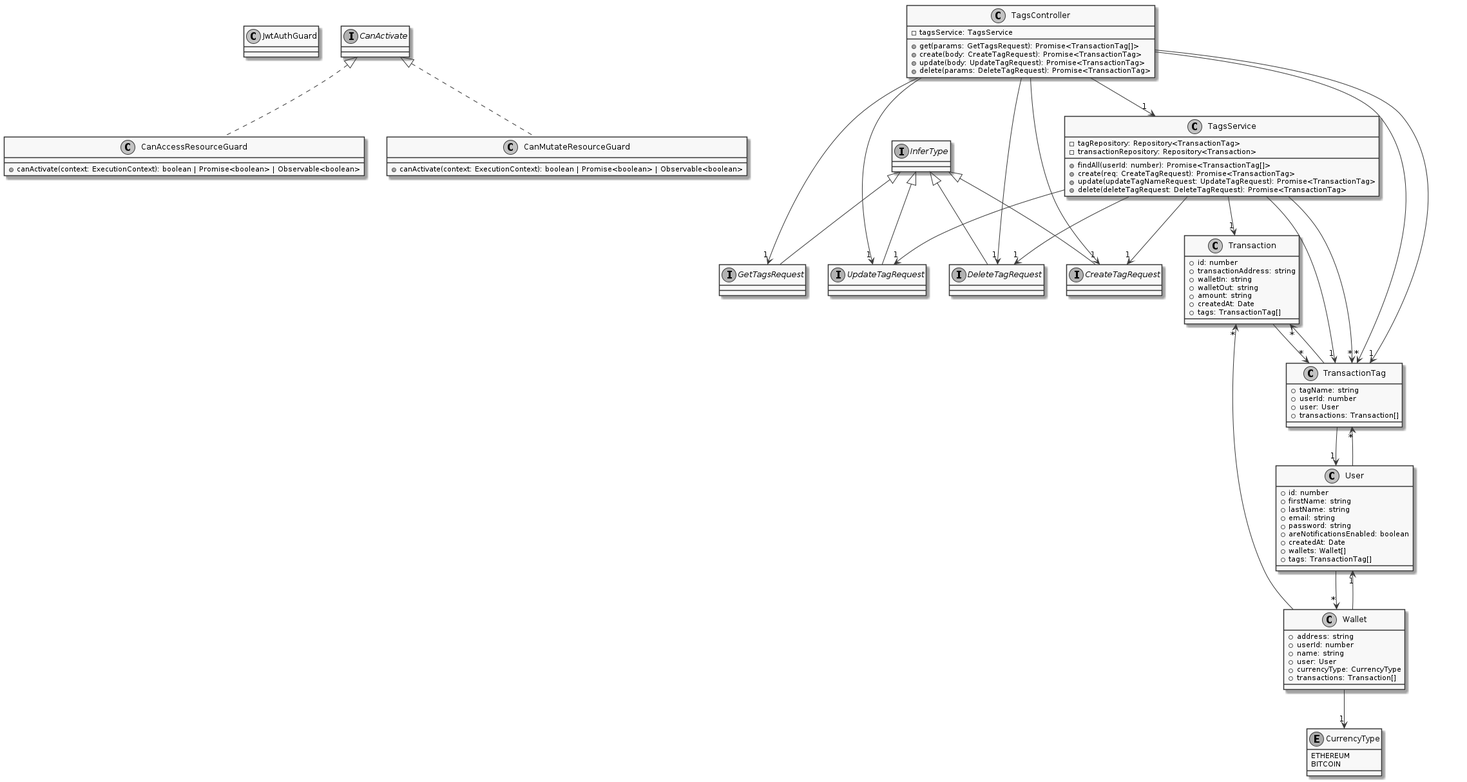
Before: packages/docs/diagrams/generated/class_diagram_api_tags.png, a diagram exported from PlantUML (SOEN-490-Capstone/Cryptify).
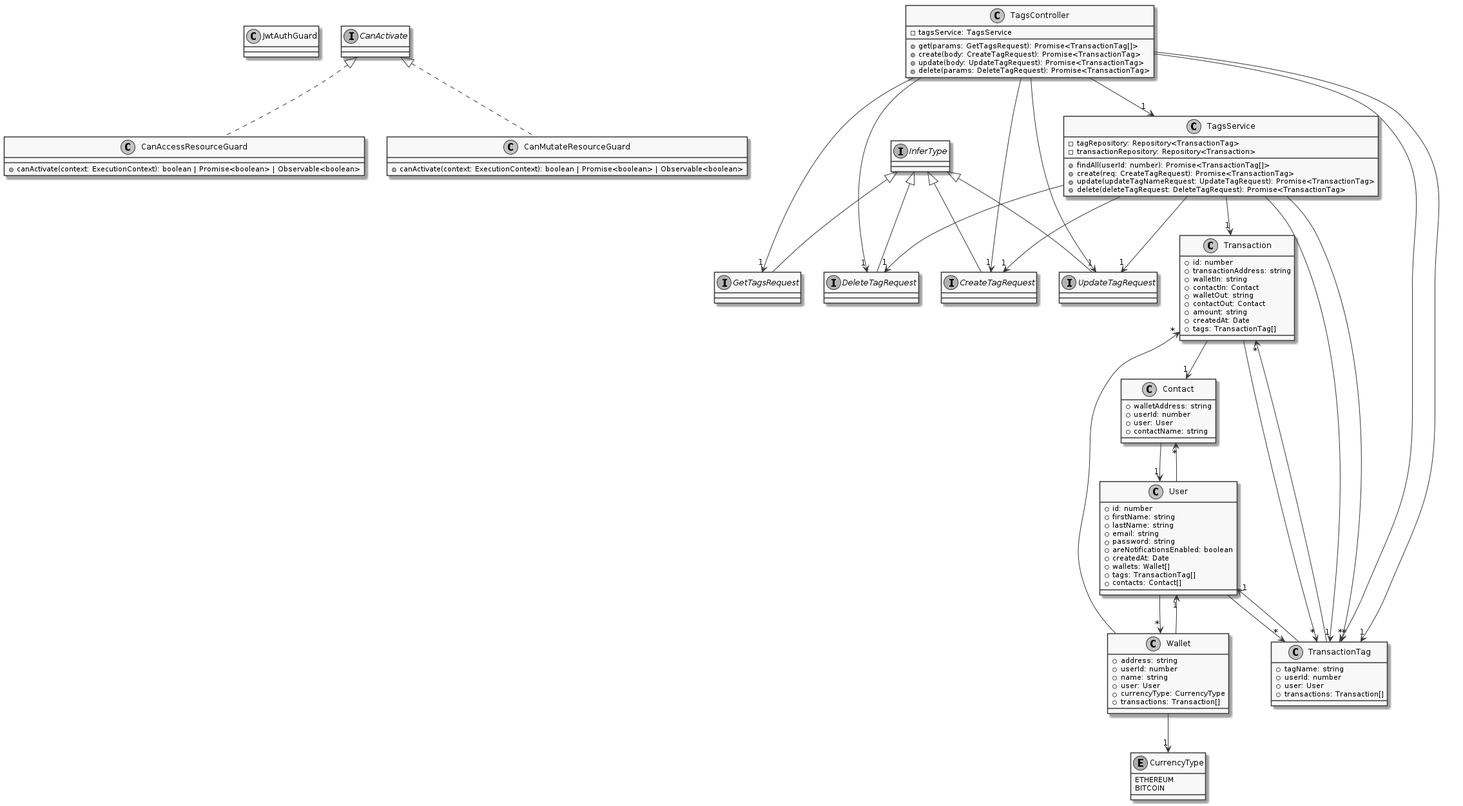
After the change.

What changed in the source:
```diff
@@ -8,15 +8,6 @@
 interface CreateTagRequest extends InferType
 interface UpdateTagRequest extends InferType
 interface DeleteTagRequest extends InferType
-class Transaction {
-    +id: number
-    +transactionAddress: string
-    +walletIn: string
-    +walletOut: string
-    +amount: string
-    +createdAt: Date
-    +tags: TransactionTag[]
-}
 enum CurrencyType {
     ETHEREUM
     BITCOIN
@@ -38,6 +29,24 @@
     +areNotificationsEnabled: boolean
     +createdAt: Date
     +wallets: Wallet[]
+    +tags: TransactionTag[]
+    +contacts: Contact[]
+}
+class Contact {
+    +walletAddress: string
+    +userId: number
+    +user: User
+    +contactName: string
+}
+class Transaction {
+    +id: number
+    +transactionAddress: string
+    +walletIn: string
+    +contactIn: Contact
+    +walletOut: string
+    +contactOut: Contact
+    +amount: string
+    +createdAt: Date
     +tags: TransactionTag[]
 }
 class TransactionTag {
@@ -64,12 +73,15 @@
     +update(body: UpdateTagRequest): Promise<TransactionTag>
     +delete(params: DeleteTagRequest): Promise<TransactionTag>
 }
-Transaction --> "*" TransactionTag
 Wallet --> "1" User
 Wallet --> "1" CurrencyType
 Wallet --> "*" Transaction
 User --> "*" Wallet
 User --> "*" TransactionTag
+User --> "*" Contact
+Contact --> "1" User
+Transaction --> "1" Contact
+Transaction --> "*" TransactionTag
 TransactionTag --> "1" User
 TransactionTag --> "*" Transaction
 TagsService --> "1" TransactionTag
```
